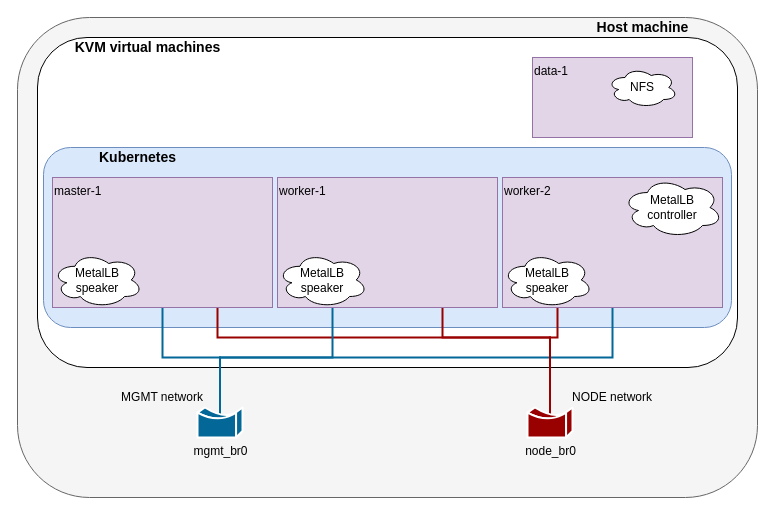
Before: docs/thesis/assets/images/drawio/k8s_design.drawio in tomas321/masters_thesis, a draw.io diagram. Source tidied: cells renumbered, new cells numbered last; positions are measured from the earlier drawing's top-left corner, leaving out a move shared by most shapes. Both pictures are drawn from the tidied source at 100%, with x=0, y=0 at pixel (17, 17).
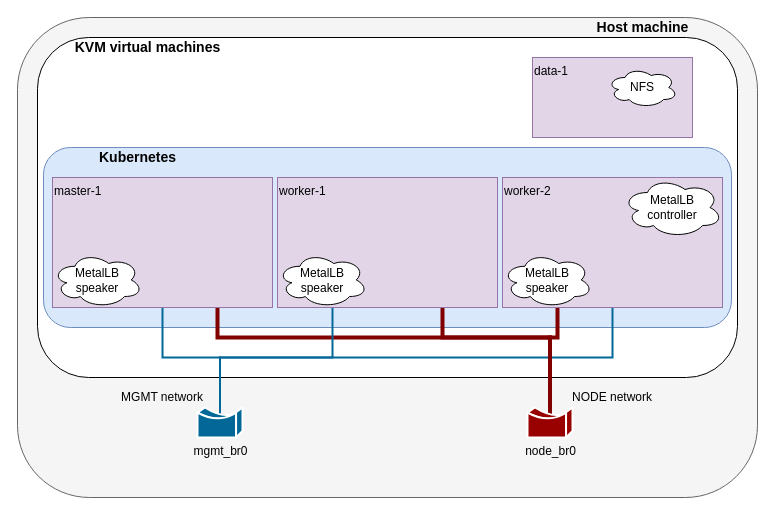
Above is the later version.

Commit message (it also covers changes not shown here):
docs: add links to ISO 27000 and add environments design

Unchanged cells that the change refers to:
```xml
<mxCell id="9" value="master-1" style="rounded=0;whiteSpace=wrap;html=1;fillColor=#e1d5e7;strokeColor=#9673a6;verticalAlign=top;align=left;" parent="1" vertex="1">
  <mxGeometry x="35" y="160" width="220" height="130" as="geometry" />
</mxCell>
<mxCell id="12" value="worker-1" style="rounded=0;whiteSpace=wrap;html=1;fillColor=#e1d5e7;strokeColor=#9673a6;verticalAlign=top;align=left;" parent="1" vertex="1">
  <mxGeometry x="260" y="160" width="220" height="130" as="geometry" />
</mxCell>
<mxCell id="15" value="worker-2" style="rounded=0;whiteSpace=wrap;html=1;fillColor=#e1d5e7;strokeColor=#9673a6;verticalAlign=top;align=left;" parent="1" vertex="1">
  <mxGeometry x="485" y="160" width="220" height="130" as="geometry" />
</mxCell>
```

Change to the diagram source:
```diff
@@
     <mxCell id="3" style="rounded=1;whiteSpace=wrap;html=1;" parent="1" vertex="1">
-      <mxGeometry x="20" y="20" width="700" height="330" as="geometry" />
+      <mxGeometry x="20" y="20" width="700" height="340" as="geometry" />
     </mxCell>
@@
-    <mxCell id="8" style="edgeStyle=orthogonalEdgeStyle;rounded=0;jettySize=auto;html=1;exitX=0.75;exitY=1;exitDx=0;exitDy=0;entryX=0.5;entryY=0.22;entryDx=0;entryDy=0;entryPerimeter=0;endArrow=none;endFill=0;strokeWidth=2;strokeColor=#990000;" parent="1" edge="1" source="9" target="20">
+    <mxCell id="8" style="edgeStyle=orthogonalEdgeStyle;rounded=0;jettySize=auto;html=1;exitX=0.75;exitY=1;exitDx=0;exitDy=0;entryX=0.5;entryY=0.22;entryDx=0;entryDy=0;entryPerimeter=0;endArrow=none;endFill=0;strokeWidth=4;strokeColor=#800000;" parent="1" edge="1" source="9" target="20">
       <mxGeometry relative="1" as="geometry">
         <Array as="points">
           <mxPoint x="200" y="320" />
           <mxPoint x="533" y="320" />
         </Array>
       </mxGeometry>
     </mxCell>
@@
-    <mxCell id="11" style="edgeStyle=orthogonalEdgeStyle;rounded=0;jettySize=auto;html=1;exitX=0.75;exitY=1;exitDx=0;exitDy=0;endArrow=none;endFill=0;strokeWidth=2;entryX=0.5;entryY=0.22;entryDx=0;entryDy=0;entryPerimeter=0;strokeColor=#990000;" parent="1" edge="1" source="12" target="20">
+    <mxCell id="11" style="edgeStyle=orthogonalEdgeStyle;rounded=0;jettySize=auto;html=1;exitX=0.75;exitY=1;exitDx=0;exitDy=0;endArrow=none;endFill=0;strokeWidth=4;entryX=0.5;entryY=0.22;entryDx=0;entryDy=0;entryPerimeter=0;strokeColor=#800000;" parent="1" edge="1" source="12" target="20">
       <mxGeometry relative="1" as="geometry">
         <Array as="points">
           <mxPoint x="425" y="320" />
           <mxPoint x="533" y="320" />
         </Array>
       </mxGeometry>
     </mxCell>
@@
-    <mxCell id="14" style="edgeStyle=orthogonalEdgeStyle;rounded=0;jettySize=auto;html=1;exitX=0.25;exitY=1;exitDx=0;exitDy=0;entryX=0.5;entryY=0.22;entryDx=0;entryDy=0;entryPerimeter=0;endArrow=none;endFill=0;strokeWidth=2;strokeColor=#990000;" parent="1" edge="1" source="15" target="20">
+    <mxCell id="14" style="edgeStyle=orthogonalEdgeStyle;rounded=0;jettySize=auto;html=1;exitX=0.25;exitY=1;exitDx=0;exitDy=0;entryX=0.5;entryY=0.22;entryDx=0;entryDy=0;entryPerimeter=0;endArrow=none;endFill=0;strokeWidth=4;strokeColor=#800000;" parent="1" edge="1" source="15" target="20">
       <mxGeometry relative="1" as="geometry">
         <Array as="points">
           <mxPoint x="540" y="320" />
           <mxPoint x="533" y="320" />
         </Array>
       </mxGeometry>
     </mxCell>
@@
-    <mxCell id="20" value="node_br0" style="shape=mxgraph.cisco.misc.bridge;html=1;dashed=0;strokeColor=#ffffff;strokeWidth=2;verticalLabelPosition=bottom;verticalAlign=top;align=center;outlineConnect=0;fillColor=#990000;" parent="1" vertex="1">
+    <mxCell id="20" value="node_br0" style="shape=mxgraph.cisco.misc.bridge;html=1;dashed=0;strokeWidth=2;verticalLabelPosition=bottom;verticalAlign=top;align=center;outlineConnect=0;fillColor=#990000;strokeColor=#FFFFFF;" parent="1" vertex="1">
       <mxGeometry x="510" y="390" width="45" height="30" as="geometry" />
     </mxCell>
```
